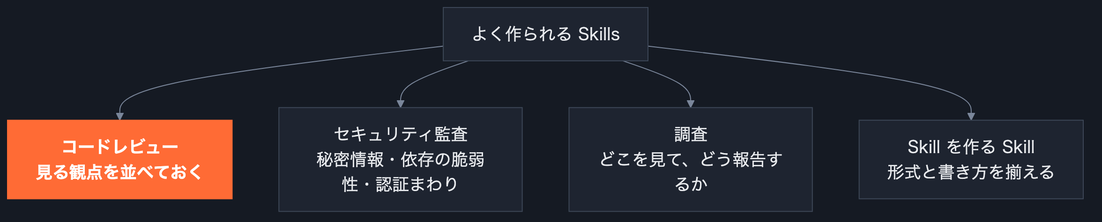
Before: slide/_assets/01_claude-code/S05.png, a diagram exported from Mermaid (takuma39/ai). Its source is kept beside it as slide/_assets/01_claude-code/S05.mmd. Its diagram source:
```mermaid
flowchart TB
    SK["よく作られる Skills"] --> A["コードレビュー<br/>見る観点を並べておく"]
    SK --> B["セキュリティ監査<br/>秘密情報・依存の脆弱性・認証まわり"]
    SK --> C["調査<br/>どこを見て、どう報告するか"]
    SK --> D["Skill を作る Skill<br/>形式と書き方を揃える"]
    classDef hi fill:#ff6b35,stroke:#ff6b35,color:#fff,font-weight:bold
    classDef sub fill:#1e2430,stroke:#3d4757,color:#e8eaed
    class A hi
    class SK,B,C,D sub
```
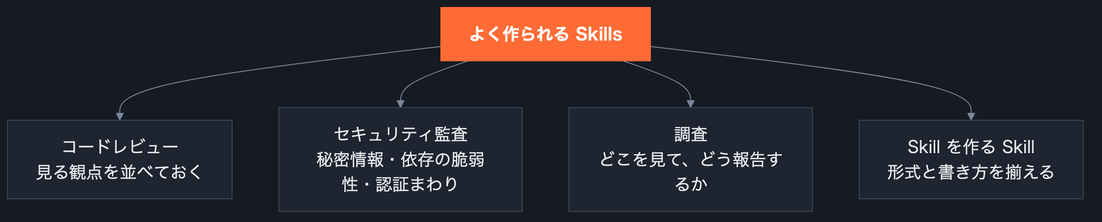
After the change.

Diff of the diagram source:
```diff
@@ -5,5 +5,5 @@
     SK --> D["Skill を作る Skill<br/>形式と書き方を揃える"]
     classDef hi fill:#ff6b35,stroke:#ff6b35,color:#fff,font-weight:bold
     classDef sub fill:#1e2430,stroke:#3d4757,color:#e8eaed
-    class A hi
-    class SK,B,C,D sub
+    class SK hi
+    class A,B,C,D sub
```
